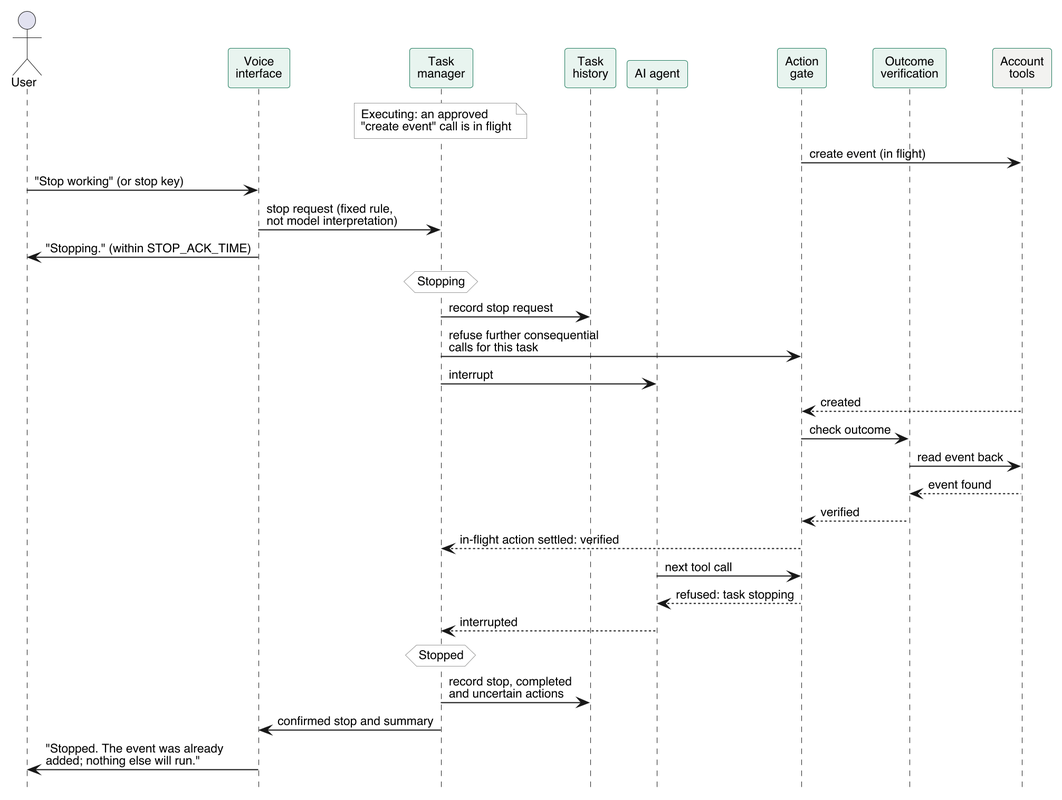
This is docs/SRS-Meyer/figures/sequence-stop.png from NaturalControl/natural-control, a PlantUML export, as it was before one commit. Its diagram source:
```plantuml
@startuml sequence-stop
skinparam dpi 200
skinparam shadowing false
skinparam defaultFontName Helvetica
skinparam defaultFontSize 11
skinparam sequenceMessageAlign left
skinparam ParticipantBackgroundColor #E8F4EF
skinparam ParticipantBorderColor #1D7A5C
skinparam NoteBackgroundColor #FFFFFF
skinparam NoteBorderColor #999999
hide footbox

actor User as user
participant "Voice\ninterface" as voice
participant "Task\nmanager" as tm
participant "Task\nhistory" as hist
participant "AI agent" as agent
participant "Action\ngate" as gate
participant "Outcome\nverification" as verify
participant "Account\ntools" as accounts #F2F2F0

note over tm : Executing: an approved\n"create event" call is in flight
gate -> accounts : create event (in flight)

user -> voice : "Stop working" (or stop key)
voice -> tm : stop request (fixed rule,\nnot model interpretation)
voice -> user : "Stopping." (within STOP_ACK_TIME)
hnote over tm : Stopping
tm -> hist : record stop request
tm -> gate : refuse further consequential\ncalls for this task
tm -> agent : interrupt

accounts --> gate : created
gate -> verify : check outcome
verify -> accounts : read event back
accounts --> verify : event found
verify --> gate : verified
gate --> tm : in-flight action settled: verified

agent -> gate : next tool call
gate --> agent : refused: task stopping
agent --> tm : interrupted

hnote over tm : Stopped
tm -> hist : record stop, completed\nand uncertain actions
tm -> voice : confirmed stop and summary
voice -> user : "Stopped. The event was already\nadded; nothing else will run."
@enduml
```
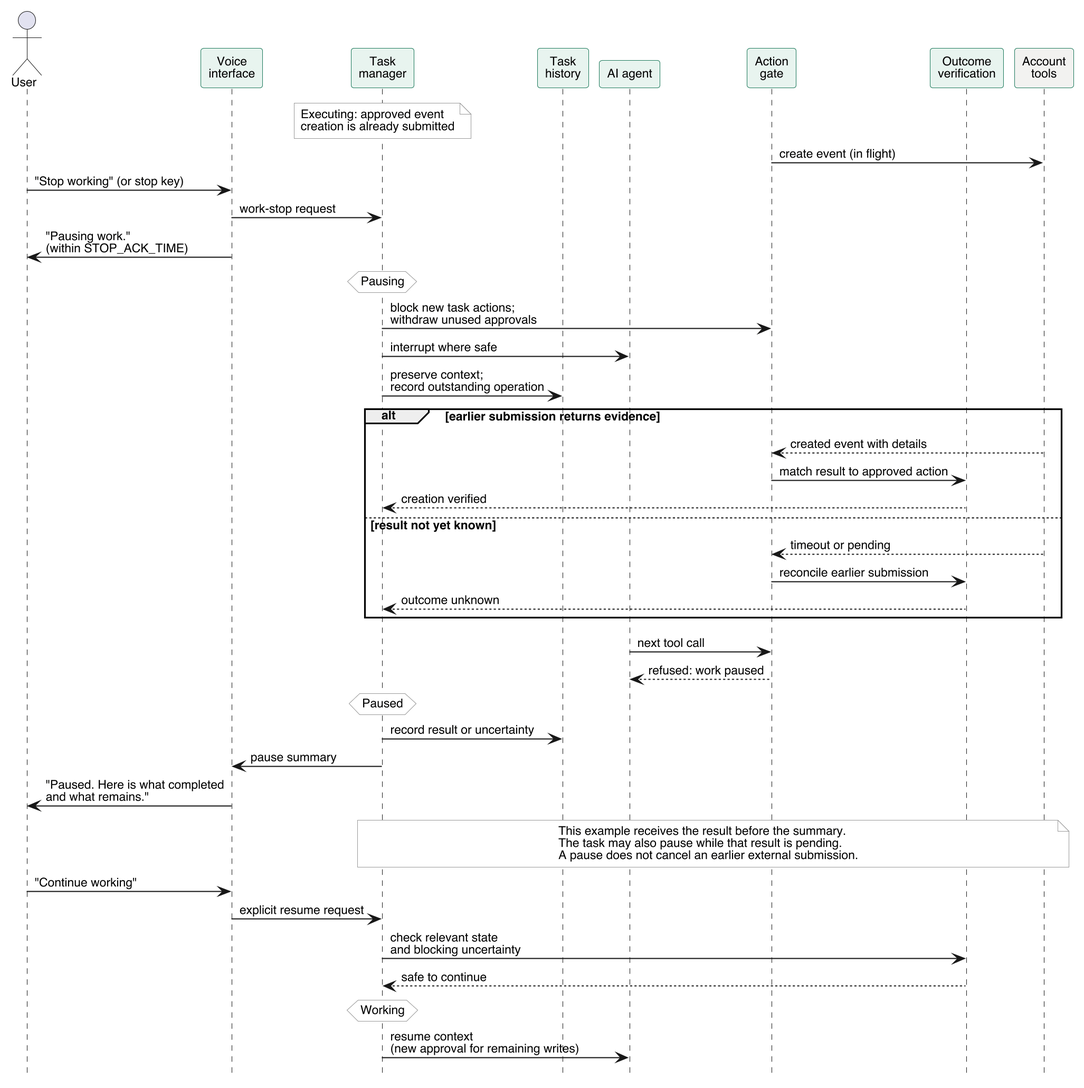
The same diagram one commit later.

What changed in the source:
```diff
@@ -19,30 +19,43 @@
 participant "Outcome\nverification" as verify
 participant "Account\ntools" as accounts #F2F2F0
 
-note over tm : Executing: an approved\n"create event" call is in flight
+note over tm : Executing: approved event\ncreation is already submitted
 gate -> accounts : create event (in flight)
 
 user -> voice : "Stop working" (or stop key)
-voice -> tm : stop request (fixed rule,\nnot model interpretation)
-voice -> user : "Stopping." (within STOP_ACK_TIME)
-hnote over tm : Stopping
-tm -> hist : record stop request
-tm -> gate : refuse further consequential\ncalls for this task
-tm -> agent : interrupt
+voice -> tm : work-stop request
+voice -> user : "Pausing work."\n(within STOP_ACK_TIME)
+hnote over tm : Pausing
+tm -> gate : block new task actions;\nwithdraw unused approvals
+tm -> agent : interrupt where safe
+tm -> hist : preserve context;\nrecord outstanding operation
 
-accounts --> gate : created
-gate -> verify : check outcome
-verify -> accounts : read event back
-accounts --> verify : event found
-verify --> gate : verified
-gate --> tm : in-flight action settled: verified
+alt earlier submission returns evidence
+  accounts --> gate : created event with details
+  gate -> verify : match result to approved action
+  verify --> tm : creation verified
+else result not yet known
+  accounts --> gate : timeout or pending
+  gate -> verify : reconcile earlier submission
+  verify --> tm : outcome unknown
+end
 
 agent -> gate : next tool call
-gate --> agent : refused: task stopping
-agent --> tm : interrupted
+gate --> agent : refused: work paused
+hnote over tm : Paused
+tm -> hist : record result or uncertainty
+tm -> voice : pause summary
+voice -> user : "Paused. Here is what completed\nand what remains."
+note over tm, accounts
+  This example receives the result before the summary.
+  The task may also pause while that result is pending.
+  A pause does not cancel an earlier external submission.
+end note
 
-hnote over tm : Stopped
-tm -> hist : record stop, completed\nand uncertain actions
-tm -> voice : confirmed stop and summary
-voice -> user : "Stopped. The event was already\nadded; nothing else will run."
+user -> voice : "Continue working"
+voice -> tm : explicit resume request
+tm -> verify : check relevant state\nand blocking uncertainty
+verify --> tm : safe to continue
+hnote over tm : Working
+tm -> agent : resume context\n(new approval for remaining writes)
 @enduml
```
